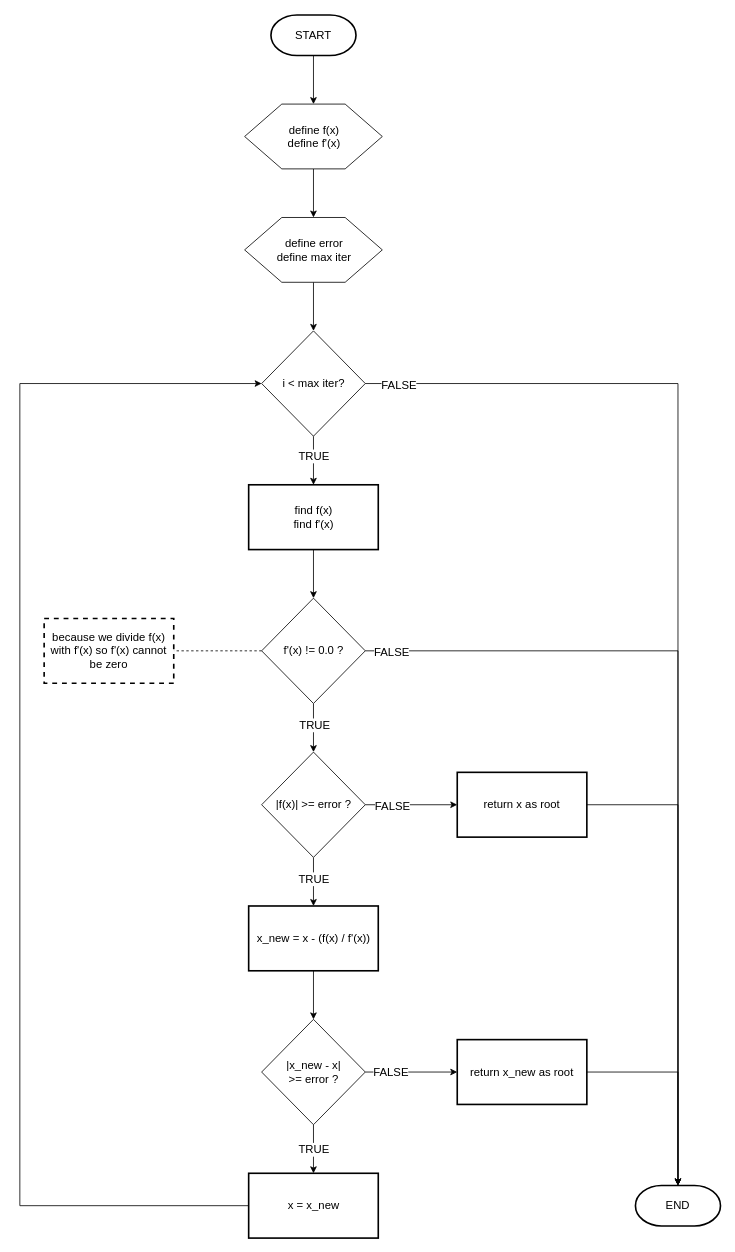
The draw.io diagram newton-raphson/newton-raphson.drawio in HarisHerdiansyah/computational-math, before the edit. Source tidied: cells renumbered, new cells numbered last; positions are measured from the earlier drawing's top-left corner, leaving out a move shared by most shapes. Both pictures are drawn from the tidied source at 81%, with x=0, y=0 at pixel (19, 15).
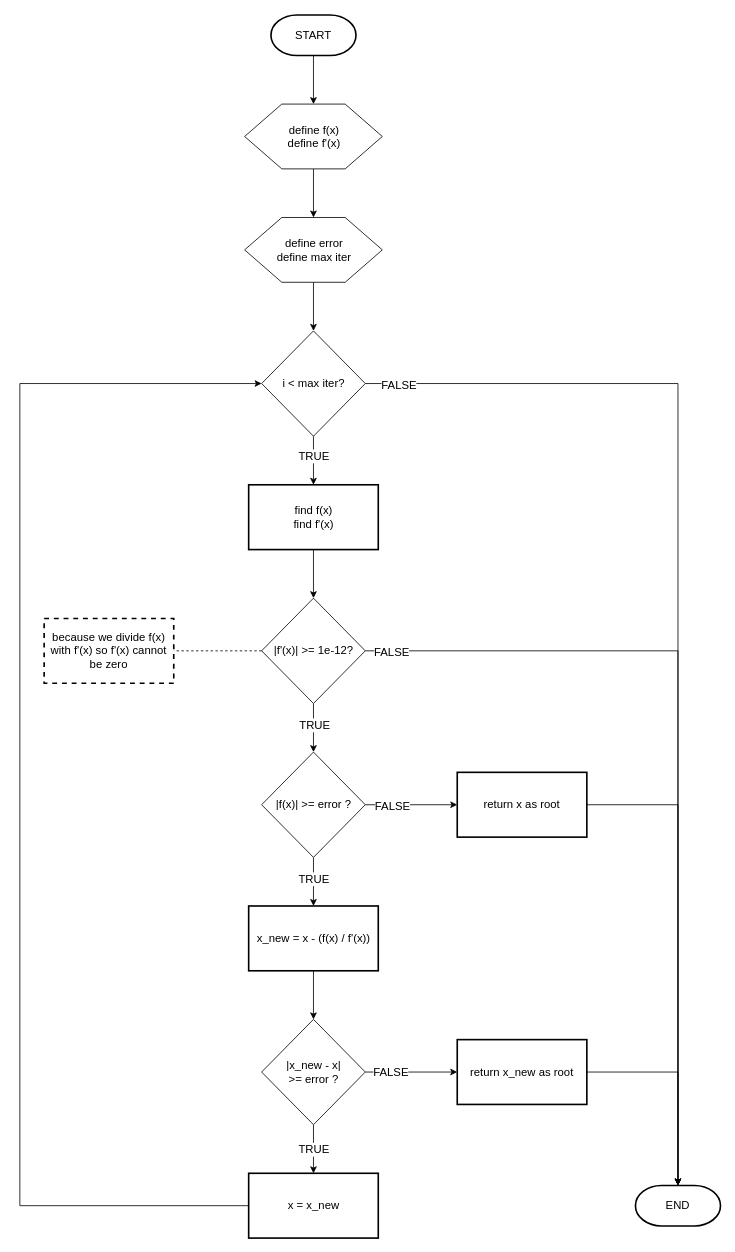
The same page after the edit.

The edit, as a diff of the source:
```diff
@@
-    <mxCell id="16" value="f'(x) != 0.0 ?" style="rhombus;whiteSpace=wrap;html=1;fontSize=14;" parent="1" vertex="1">
+    <mxCell id="16" value="|f'(x)| &amp;gt;= 1e-12?" style="rhombus;whiteSpace=wrap;html=1;fontSize=14;" parent="1" vertex="1">
       <mxGeometry x="298.5" y="720" width="128" height="130" as="geometry" />
     </mxCell>
```
